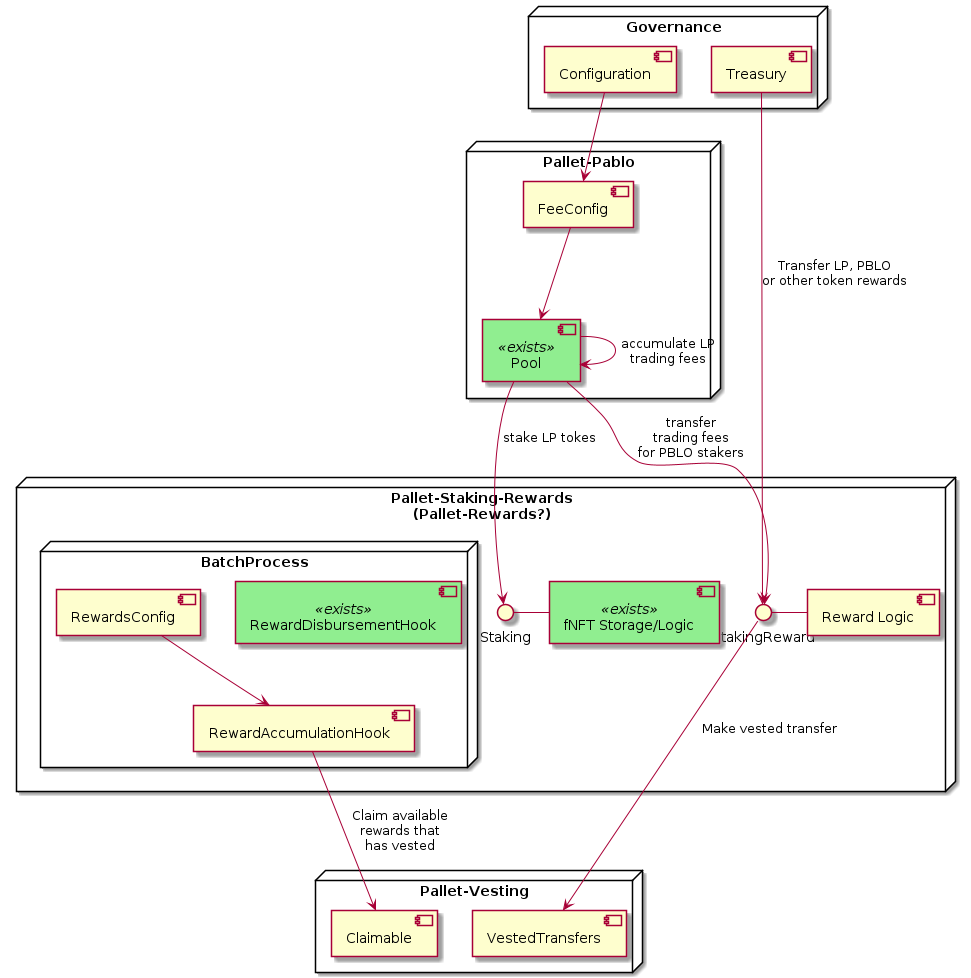
Before: rfcs/images/pablo-distribution-verview.png, a diagram exported from PlantUML (andresmechali/composable).
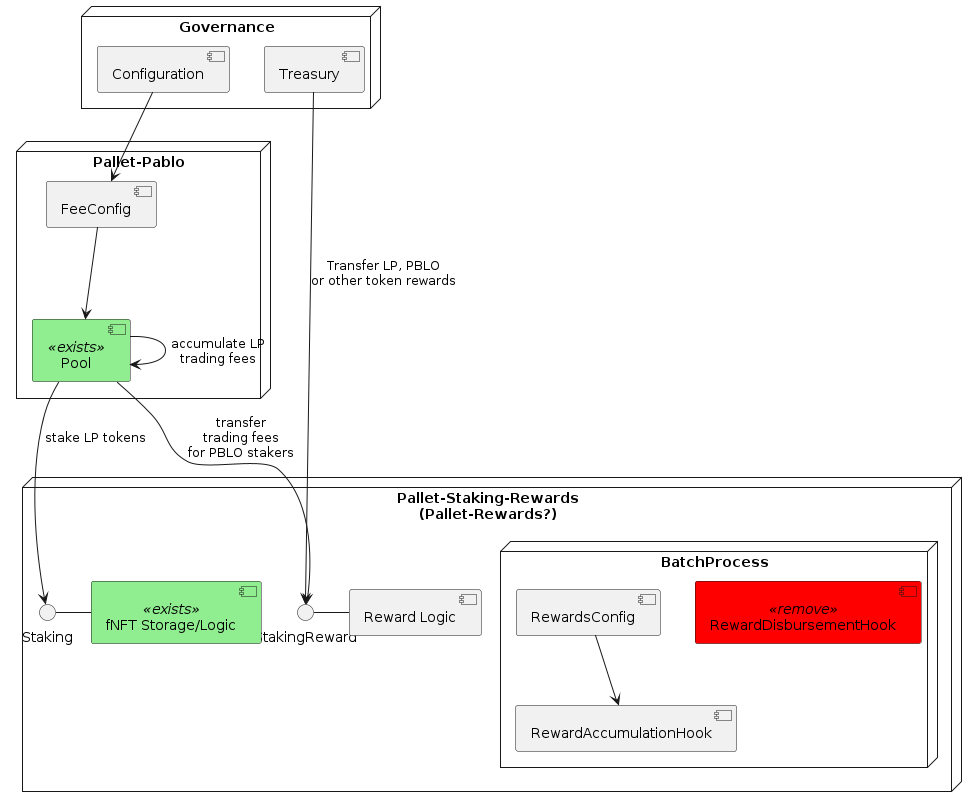
Later version of the same file.

Diff of the diagram source:
```diff
@@ -1,6 +1,7 @@
 @startuml
 skinparam component {
   backgroundColor<<exists>> LightGreen
+  backgroundColor<<remove>> Red
 }
 
 node "Pallet-Staking-Rewards\n(Pallet-Rewards?)" {
@@ -13,21 +14,17 @@
 }
 
 [fNFT Storage/Logic] <<exists>>
-[RewardDisbursementHook] <<exists>>
+[RewardDisbursementHook] <<remove>>
 
 node "Pallet-Pablo" {
     [Pool] --> StakingReward : transfer\ntrading fees\nfor PBLO stakers
-    [Pool] --> Staking : stake LP tokes
+    [Pool] --> Staking : stake LP tokens
     [Pool] --> [Pool] : accumulate LP\ntrading fees
     [FeeConfig] --> [Pool]
 }
 
 [Pool] <<exists>>
 
-node "Pallet-Vesting" {
-    StakingReward --> [VestedTransfers]: Make vested transfer
-    [RewardAccumulationHook] --> [Claimable]: Claim available\nrewards that\nhas vested
-}
 
 node "Governance" {
     [Configuration] --> [FeeConfig]
```
